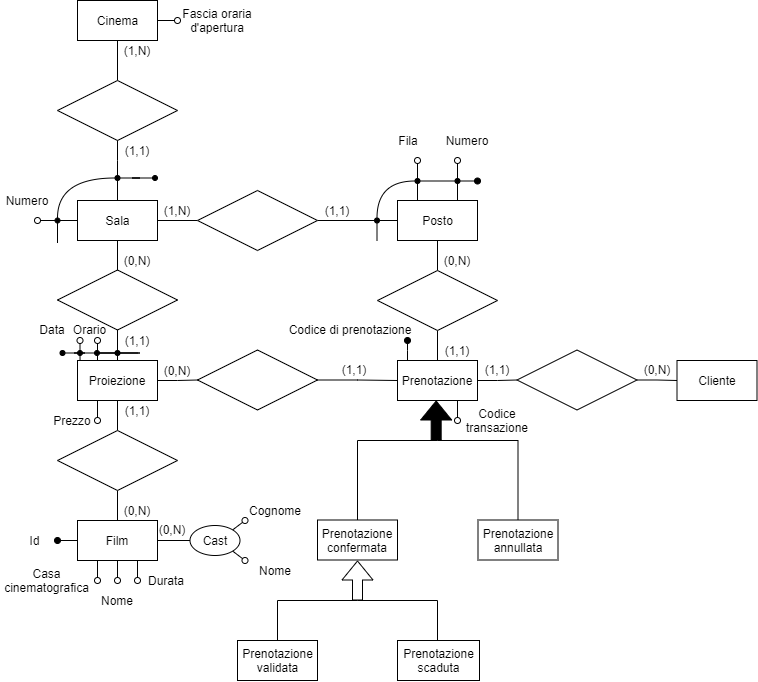
Earlier version of the draw.io export docs/media/er_diagrams/er_5.png (buracchi/cinema-management-system). Source tidied: cells renumbered, new cells last; positions are measured from the earlier drawing's top-left corner, leaving out a move shared by most shapes.
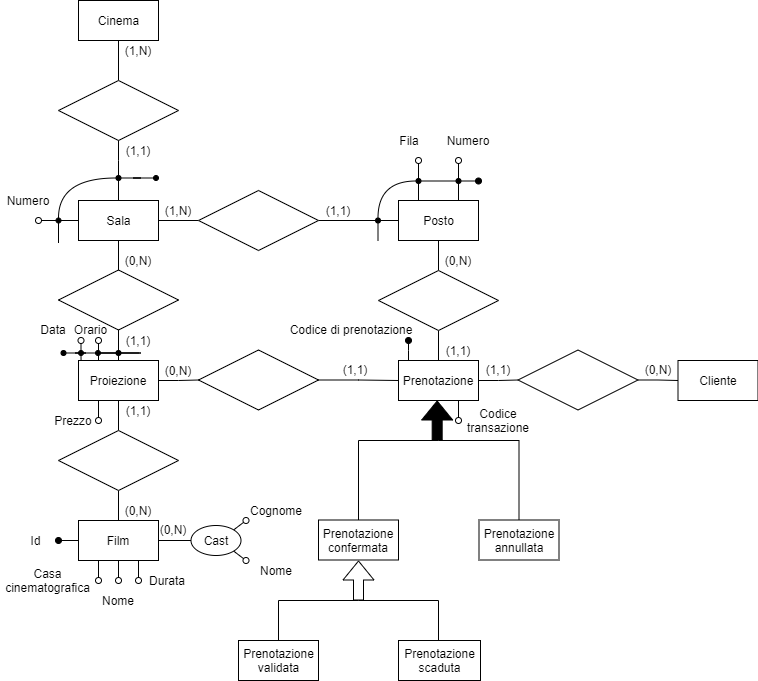
The same file after the commit.

Change to the diagram source:
```diff
@@ -5,11 +5,6 @@
     <mxCell id="2" style="jettySize=auto;html=1;exitX=0.5;exitY=1;exitDx=0;exitDy=0;entryX=0.5;entryY=0;entryDx=0;entryDy=0;endArrow=none;endFill=0;sketch=0;edgeStyle=orthogonalEdgeStyle;" parent="1" edge="1" source="4" target="9">
       <mxGeometry relative="1" as="geometry" />
     </mxCell>
-    <mxCell id="3" style="edgeStyle=orthogonalEdgeStyle;jettySize=auto;html=1;endArrow=oval;endFill=0;sketch=0;rounded=0;exitX=1;exitY=0.5;exitDx=0;exitDy=0;" parent="1" edge="1" source="4">
-      <mxGeometry relative="1" as="geometry">
-        <mxPoint x="178" y="20" as="targetPoint" />
-      </mxGeometry>
-    </mxCell>
     <mxCell id="4" value="Cinema" style="html=1;sketch=0;" parent="1" vertex="1">
       <mxGeometry x="78" width="80" height="40" as="geometry" />
     </mxCell>
@@ -50,9 +45,6 @@
     <mxCell id="14" value="Posto" style="html=1;sketch=0;" parent="1" vertex="1">
       <mxGeometry x="398" y="200" width="80" height="40" as="geometry" />
     </mxCell>
-    <mxCell id="15" value="Fascia oraria d'apertura" style="text;html=1;strokeColor=none;fillColor=none;align=center;verticalAlign=middle;whiteSpace=wrap;sketch=0;" parent="1" vertex="1">
-      <mxGeometry x="178" y="10" width="80" height="20" as="geometry" />
-    </mxCell>
     <mxCell id="16" value="Numero" style="text;html=1;strokeColor=none;fillColor=none;align=center;verticalAlign=middle;whiteSpace=wrap;sketch=0;" parent="1" vertex="1">
       <mxGeometry x="8" y="190" width="40" height="20" as="geometry" />
     </mxCell>
```
